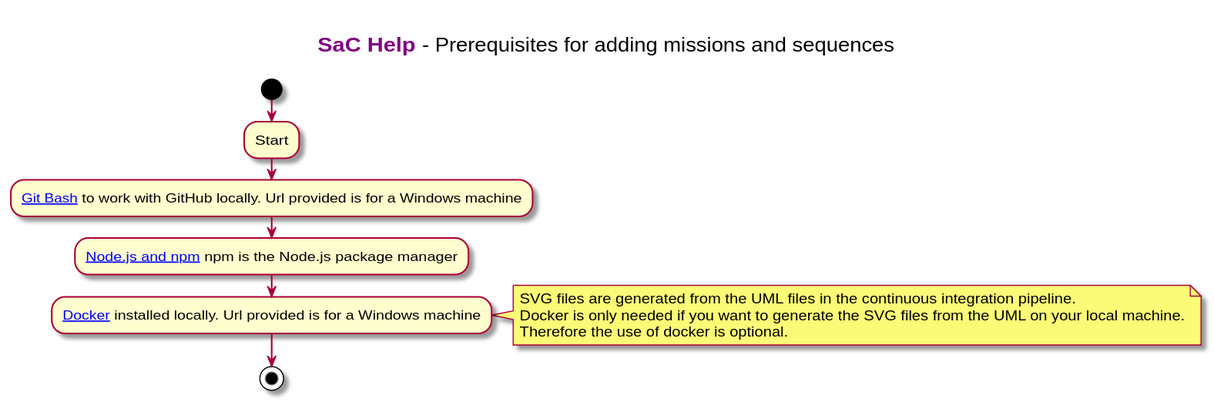
dxc-technology/Sequences-as-Code keeps this PlantUML diagram as src/sequences/sachelp/images/prerequisites.svg. Above is the earlier version. Source of this version:
```plantuml
@startuml

title

  <font color=purple><b>SaC Help</b></font> - Prerequisites for adding missions and sequences

end title

start
:Start;
:[[https://git-scm.com/download/win{Right click to open the Git Bash Installation Instructions in a new window or a new tab} Git Bash]] to work with GitHub locally. Url provided is for a Windows machine;
:[[https://nodejs.org/en/download/{Right click to open Node.js and npm Installation Instructions in a new window or a new tab} Node.js and npm]] npm is the Node.js package manager;

:[[https://docs.docker.com/docker-for-windows/install/{Right click to open the Docker for Windows Installation Instructions in a new window or a new tab} Docker]] installed locally. Url provided is for a Windows machine;
note right
  SVG files are generated from the UML files in the continuous integration pipeline.
  Docker is only needed if you want to generate the SVG files from the UML on your local machine.
  Therefore the use of docker is optional.
end note
stop
@enduml
```
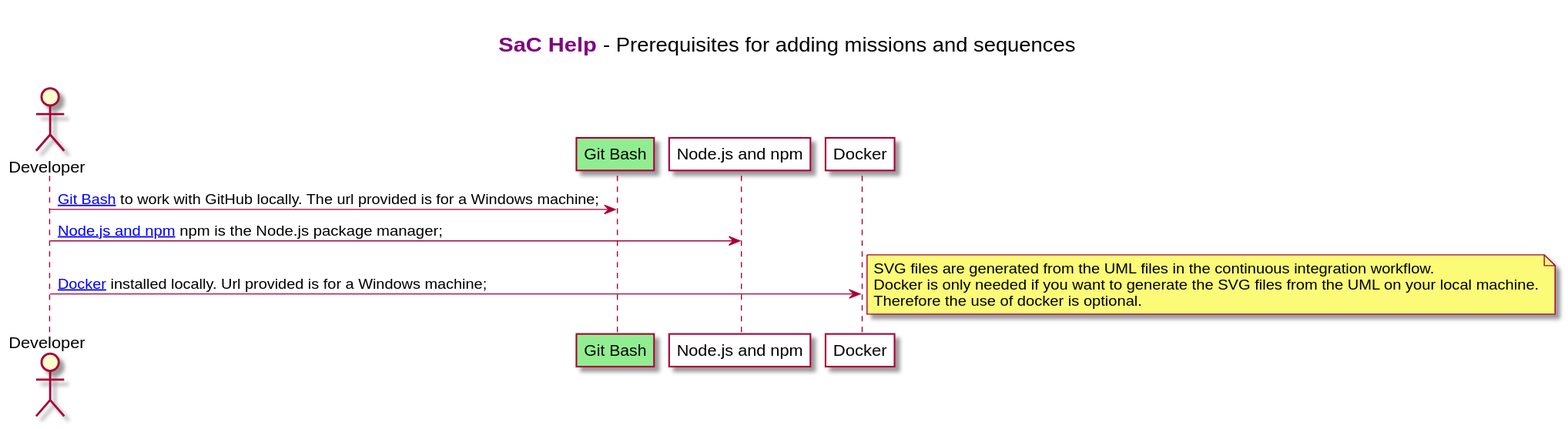
After the commit.

What changed in the source:
```diff
@@ -6,16 +6,18 @@
 
 end title
 
-start
-:Start;
-:[[https://git-scm.com/download/win{Right click to open the Git Bash Installation Instructions in a new window or a new tab} Git Bash]] to work with GitHub locally. Url provided is for a Windows machine;
-:[[https://nodejs.org/en/download/{Right click to open Node.js and npm Installation Instructions in a new window or a new tab} Node.js and npm]] npm is the Node.js package manager;
+actor Developer
+participant "Git Bash" as A #lightGreen
+participant "Node.js and npm" as B #white
+participant "Docker" as C #white
 
-:[[https://docs.docker.com/docker-for-windows/install/{Right click to open the Docker for Windows Installation Instructions in a new window or a new tab} Docker]] installed locally. Url provided is for a Windows machine;
+Developer -> A: [[https://git-scm.com/download/win{Right click to open the Git Bash Installation Instructions in a new window or a new tab} Git Bash]] to work with GitHub locally. The url provided is for a Windows machine;
+Developer -> B: [[https://nodejs.org/en/download/{Right click to open Node.js and npm Installation Instructions in a new window or a new tab} Node.js and npm]] npm is the Node.js package manager;
+Developer -> C: [[https://docs.docker.com/docker-for-windows/install/{Right click to open the Docker for Windows Installation Instructions in a new window or a new tab} Docker]] installed locally. Url provided is for a Windows machine;
 note right
-  SVG files are generated from the UML files in the continuous integration pipeline.
+  SVG files are generated from the UML files in the continuous integration workflow.
   Docker is only needed if you want to generate the SVG files from the UML on your local machine.
   Therefore the use of docker is optional.
 end note
-stop
+
 @enduml
```
